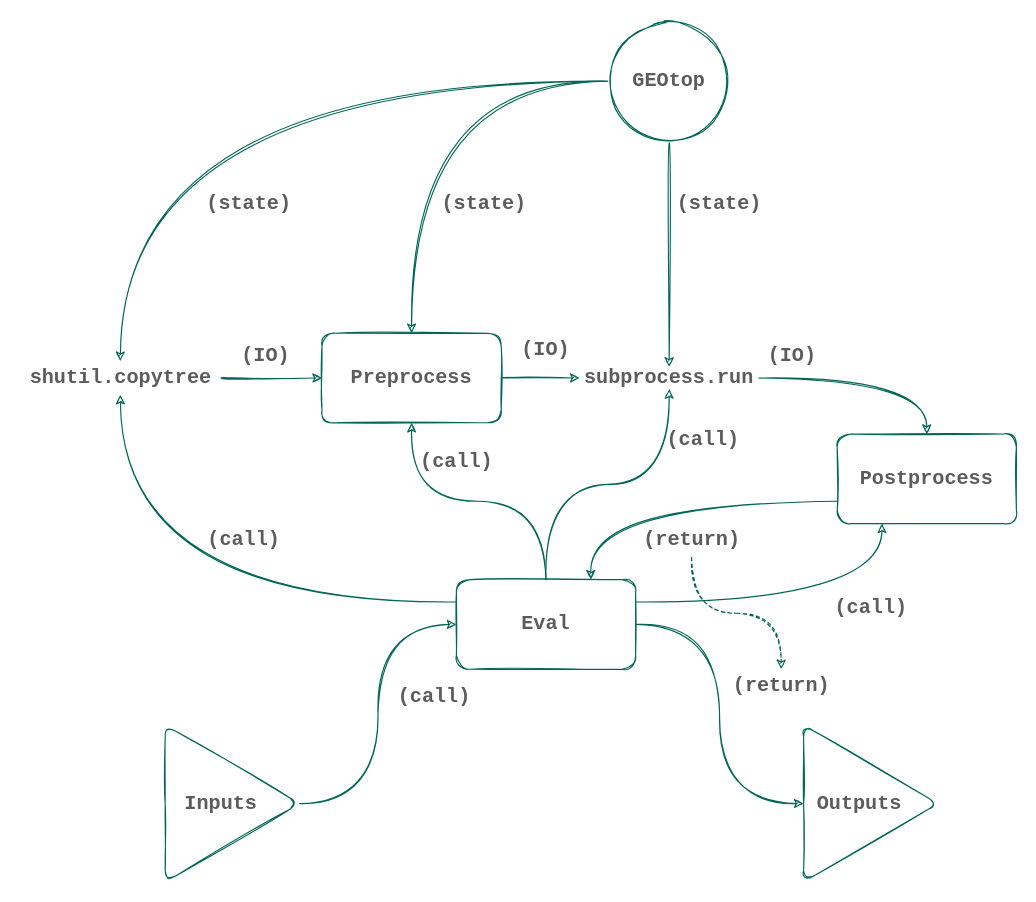
The draw.io diagram notebooks/Progress_meeting_10-09-2020/data/assets/geotopy.drawio in stefanocampanella/MHPC-project, before the edit. Source tidied: cells renumbered, new cells numbered last; positions are measured from the earlier drawing's top-left corner, leaving out a move shared by most shapes. Both pictures are drawn from the tidied source at 112%, with x=0, y=0 at pixel (19, 19).
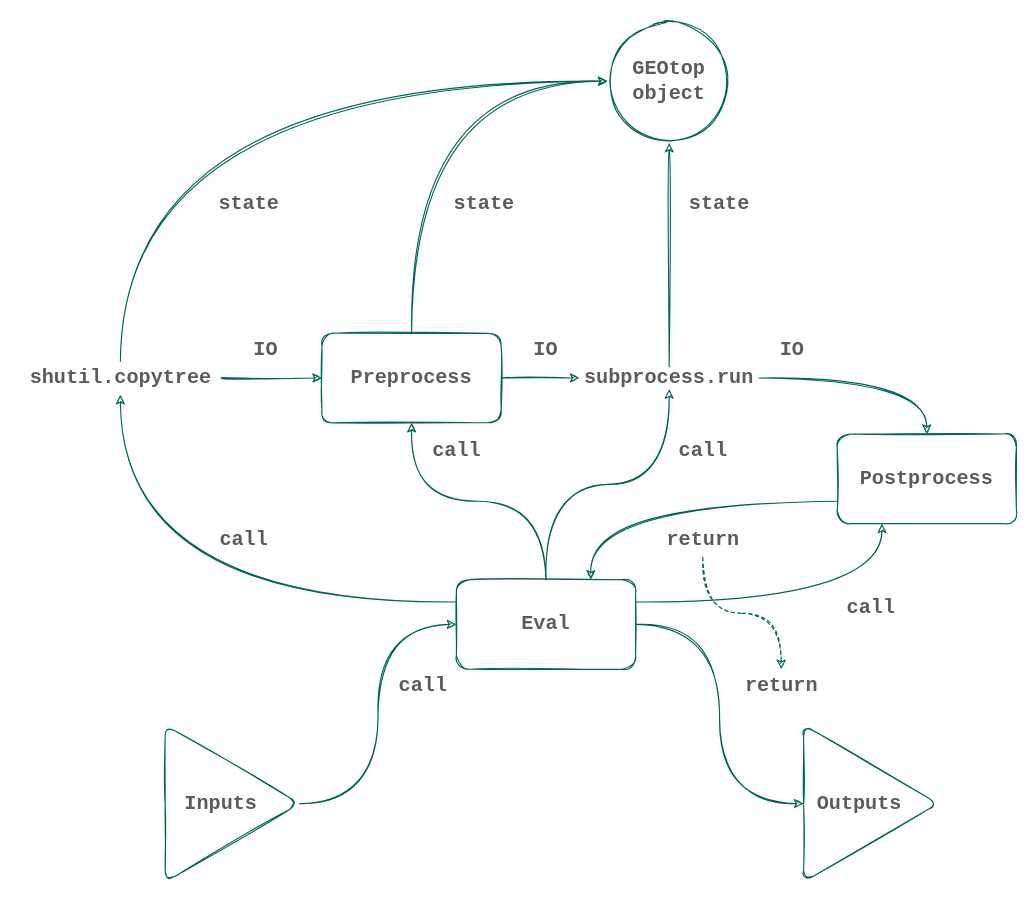
After the change.

Unchanged cells that the change refers to:
```xml
<mxCell id="9" style="whiteSpace=wrap;html=1;strokeColor=#006658;fontColor=#5C5C5C;rounded=1;fontStyle=1;fontFamily=Courier New;fontSize=18;fillColor=none;sketch=1;" parent="1" vertex="1">
  <mxGeometry x="270" y="280" width="160" height="80" as="geometry" />
</mxCell>
<mxCell id="13" value="subprocess.run" style="text;html=1;strokeColor=none;fillColor=none;align=center;verticalAlign=middle;whiteSpace=wrap;fontColor=#5C5C5C;rounded=1;fontFamily=Courier New;fontSize=18;fontStyle=1;sketch=1;" parent="1" vertex="1">
  <mxGeometry x="500" y="310" width="160" height="20" as="geometry" />
</mxCell>
<mxCell id="28" value="&lt;div style=&quot;font-size: 18px;&quot;&gt;shutil.copytree&lt;/div&gt;" style="text;html=1;align=center;verticalAlign=middle;points=[];fontSize=18;fontFamily=Courier New;fontColor=#5C5C5C;fontStyle=1;sketch=1;" parent="1" vertex="1">
  <mxGeometry y="305" width="180" height="30" as="geometry" />
</mxCell>
```

What changed in the source:
```diff
@@
-    <mxCell id="2" style="edgeStyle=orthogonalEdgeStyle;curved=1;rounded=1;jettySize=auto;html=1;entryX=0.5;entryY=0;entryDx=0;entryDy=0;startArrow=none;startFill=0;endArrow=classic;endFill=1;strokeColor=#006658;fillColor=#21C0A5;fontFamily=Courier New;fontSize=18;fontColor=#5C5C5C;fontStyle=1;sketch=1;" parent="1" edge="1" source="5" target="9">
+    <mxCell id="2" style="edgeStyle=orthogonalEdgeStyle;curved=1;rounded=1;jettySize=auto;html=1;entryX=0.5;entryY=0;entryDx=0;entryDy=0;startArrow=classic;startFill=1;endArrow=none;endFill=0;strokeColor=#006658;fillColor=#21C0A5;fontFamily=Courier New;fontSize=18;fontColor=#5C5C5C;fontStyle=1;sketch=1;" parent="1" edge="1" source="5" target="9">
       <mxGeometry relative="1" as="geometry" />
     </mxCell>
-    <mxCell id="3" style="edgeStyle=orthogonalEdgeStyle;curved=1;rounded=1;jettySize=auto;html=1;entryX=0.5;entryY=0;entryDx=0;entryDy=0;startArrow=none;startFill=0;endArrow=classic;endFill=1;strokeColor=#006658;fillColor=#21C0A5;fontFamily=Courier New;fontSize=18;fontColor=#5C5C5C;fontStyle=1;sketch=1;" parent="1" edge="1" source="5" target="13">
+    <mxCell id="3" style="edgeStyle=orthogonalEdgeStyle;curved=1;rounded=1;jettySize=auto;html=1;entryX=0.5;entryY=0;entryDx=0;entryDy=0;startArrow=classic;startFill=1;endArrow=none;endFill=0;strokeColor=#006658;fillColor=#21C0A5;fontFamily=Courier New;fontSize=18;fontColor=#5C5C5C;fontStyle=1;sketch=1;" parent="1" edge="1" source="5" target="13">
       <mxGeometry relative="1" as="geometry" />
     </mxCell>
-    <mxCell id="4" style="edgeStyle=orthogonalEdgeStyle;curved=1;rounded=1;jettySize=auto;html=1;startArrow=none;startFill=0;endArrow=classic;endFill=1;strokeColor=#006658;fillColor=#21C0A5;fontFamily=Courier New;fontSize=18;fontColor=#5C5C5C;fontStyle=1;sketch=1;" parent="1" edge="1" source="5" target="28">
+    <mxCell id="4" style="edgeStyle=orthogonalEdgeStyle;curved=1;rounded=1;jettySize=auto;html=1;startArrow=classic;startFill=1;endArrow=none;endFill=0;strokeColor=#006658;fillColor=#21C0A5;fontFamily=Courier New;fontSize=18;fontColor=#5C5C5C;fontStyle=1;sketch=1;" parent="1" edge="1" source="5" target="28">
       <mxGeometry relative="1" as="geometry" />
     </mxCell>
-    <mxCell id="5" value="GEOtop" style="ellipse;whiteSpace=wrap;html=1;rounded=1;strokeColor=#006658;fontFamily=Courier New;fontSize=18;fontColor=#5C5C5C;fontStyle=1;fillColor=none;sketch=1;" parent="1" vertex="1">
+    <mxCell id="5" value="GEOtop&lt;br&gt;object" style="ellipse;whiteSpace=wrap;html=1;rounded=1;strokeColor=#006658;fontFamily=Courier New;fontSize=18;fontColor=#5C5C5C;fontStyle=1;fillColor=none;sketch=1;" parent="1" vertex="1">
       <mxGeometry x="525" width="110" height="110" as="geometry" />
     </mxCell>
-    <mxCell id="6" value="(state)" style="text;html=1;strokeColor=none;fillColor=none;align=center;verticalAlign=middle;whiteSpace=wrap;rounded=0;fontFamily=Courier New;fontSize=18;fontColor=#5C5C5C;fontStyle=1;sketch=1;" parent="1" vertex="1">
+    <mxCell id="6" value="state" style="text;html=1;strokeColor=none;fillColor=none;align=center;verticalAlign=middle;whiteSpace=wrap;rounded=0;fontFamily=Courier New;fontSize=18;fontColor=#5C5C5C;fontStyle=1;sketch=1;" parent="1" vertex="1">
       <mxGeometry x="380" y="155" width="70" height="20" as="geometry" />
     </mxCell>
-    <mxCell id="7" value="(IO)" style="text;html=1;strokeColor=none;fillColor=none;align=center;verticalAlign=middle;whiteSpace=wrap;fontColor=#5C5C5C;rounded=1;fontFamily=Courier New;fontSize=18;fontStyle=1;sketch=1;" parent="1" vertex="1">
-      <mxGeometry x="200" y="290" width="40" height="20" as="geometry" />
+    <mxCell id="7" value="IO" style="text;html=1;strokeColor=none;fillColor=none;align=center;verticalAlign=middle;whiteSpace=wrap;fontColor=#5C5C5C;rounded=1;fontFamily=Courier New;fontSize=18;fontStyle=1;sketch=1;" parent="1" vertex="1">
+      <mxGeometry x="200" y="285" width="40" height="20" as="geometry" />
     </mxCell>
@@
-    <mxCell id="21" value="(IO)" style="text;html=1;strokeColor=none;fillColor=none;align=center;verticalAlign=middle;whiteSpace=wrap;fontColor=#5C5C5C;rounded=1;fontFamily=Courier New;fontSize=18;fontStyle=1;sketch=1;" parent="1" vertex="1">
+    <mxCell id="21" value="IO" style="text;html=1;strokeColor=none;fillColor=none;align=center;verticalAlign=middle;whiteSpace=wrap;fontColor=#5C5C5C;rounded=1;fontFamily=Courier New;fontSize=18;fontStyle=1;sketch=1;" parent="1" vertex="1">
       <mxGeometry x="450" y="285" width="40" height="20" as="geometry" />
     </mxCell>
-    <mxCell id="22" value="(IO)" style="text;html=1;strokeColor=none;fillColor=none;align=center;verticalAlign=middle;whiteSpace=wrap;fontColor=#5C5C5C;rounded=1;fontFamily=Courier New;fontSize=18;fontStyle=1;sketch=1;" parent="1" vertex="1">
-      <mxGeometry x="670" y="290" width="40" height="20" as="geometry" />
+    <mxCell id="22" value="IO" style="text;html=1;strokeColor=none;fillColor=none;align=center;verticalAlign=middle;whiteSpace=wrap;fontColor=#5C5C5C;rounded=1;fontFamily=Courier New;fontSize=18;fontStyle=1;sketch=1;" parent="1" vertex="1">
+      <mxGeometry x="670" y="285" width="40" height="20" as="geometry" />
     </mxCell>
-    <mxCell id="23" value="(call)" style="text;html=1;align=center;verticalAlign=middle;fontSize=18;fontFamily=Courier New;fontColor=#5C5C5C;fontStyle=1;sketch=1;" parent="1" vertex="1">
-      <mxGeometry x="350" y="380" width="80" height="30" as="geometry" />
+    <mxCell id="23" value="call" style="text;html=1;align=center;verticalAlign=middle;fontSize=18;fontFamily=Courier New;fontColor=#5C5C5C;fontStyle=1;sketch=1;" parent="1" vertex="1">
+      <mxGeometry x="360" y="370" width="60" height="30" as="geometry" />
     </mxCell>
-    <mxCell id="24" value="(call)" style="text;html=1;align=center;verticalAlign=middle;fontSize=18;fontFamily=Courier New;fontColor=#5C5C5C;fontStyle=1;sketch=1;" parent="1" vertex="1">
-      <mxGeometry x="570" y="360" width="80" height="30" as="geometry" />
+    <mxCell id="24" value="call" style="text;html=1;align=center;verticalAlign=middle;fontSize=18;fontFamily=Courier New;fontColor=#5C5C5C;fontStyle=1;sketch=1;" parent="1" vertex="1">
+      <mxGeometry x="580" y="370" width="60" height="30" as="geometry" />
     </mxCell>
-    <mxCell id="25" value="(call)" style="text;html=1;align=center;verticalAlign=middle;fontSize=18;fontFamily=Courier New;fontColor=#5C5C5C;fontStyle=1;sketch=1;" parent="1" vertex="1">
-      <mxGeometry x="720" y="510" width="80" height="30" as="geometry" />
+    <mxCell id="25" value="call" style="text;html=1;align=center;verticalAlign=middle;fontSize=18;fontFamily=Courier New;fontColor=#5C5C5C;fontStyle=1;sketch=1;" parent="1" vertex="1">
+      <mxGeometry x="730" y="510" width="60" height="30" as="geometry" />
     </mxCell>
-    <mxCell id="26" value="(return)" style="text;html=1;align=center;verticalAlign=middle;points=[];fontSize=18;fontFamily=Courier New;fontColor=#5C5C5C;fontStyle=1;sketch=1;" parent="1" vertex="1">
-      <mxGeometry x="550" y="450" width="100" height="30" as="geometry" />
+    <mxCell id="26" value="return" style="text;html=1;align=center;verticalAlign=middle;points=[];fontSize=18;fontFamily=Courier New;fontColor=#5C5C5C;fontStyle=1;sketch=1;" parent="1" vertex="1">
+      <mxGeometry x="570" y="450" width="80" height="30" as="geometry" />
     </mxCell>
@@
-    <mxCell id="29" value="(state)" style="text;html=1;strokeColor=none;fillColor=none;align=center;verticalAlign=middle;whiteSpace=wrap;rounded=0;fontFamily=Courier New;fontSize=18;fontColor=#5C5C5C;fontStyle=1;sketch=1;" parent="1" vertex="1">
+    <mxCell id="29" value="state" style="text;html=1;strokeColor=none;fillColor=none;align=center;verticalAlign=middle;whiteSpace=wrap;rounded=0;fontFamily=Courier New;fontSize=18;fontColor=#5C5C5C;fontStyle=1;sketch=1;" parent="1" vertex="1">
       <mxGeometry x="170" y="155" width="70" height="20" as="geometry" />
     </mxCell>
-    <mxCell id="30" value="(state)" style="text;html=1;strokeColor=none;fillColor=none;align=center;verticalAlign=middle;whiteSpace=wrap;rounded=0;fontFamily=Courier New;fontSize=18;fontColor=#5C5C5C;fontStyle=1;sketch=1;" parent="1" vertex="1">
+    <mxCell id="30" value="state" style="text;html=1;strokeColor=none;fillColor=none;align=center;verticalAlign=middle;whiteSpace=wrap;rounded=0;fontFamily=Courier New;fontSize=18;fontColor=#5C5C5C;fontStyle=1;sketch=1;" parent="1" vertex="1">
       <mxGeometry x="590" y="155" width="70" height="20" as="geometry" />
     </mxCell>
-    <mxCell id="31" value="(call)" style="text;html=1;align=center;verticalAlign=middle;fontSize=18;fontFamily=Courier New;fontColor=#5C5C5C;fontStyle=1;sketch=1;" parent="1" vertex="1">
-      <mxGeometry x="160" y="450" width="80" height="30" as="geometry" />
+    <mxCell id="31" value="call" style="text;html=1;align=center;verticalAlign=middle;fontSize=18;fontFamily=Courier New;fontColor=#5C5C5C;fontStyle=1;sketch=1;" parent="1" vertex="1">
+      <mxGeometry x="170" y="450" width="60" height="30" as="geometry" />
     </mxCell>
@@
-    <mxCell id="36" value="(call)" style="text;html=1;align=center;verticalAlign=middle;fontSize=18;fontFamily=Courier New;fontColor=#5C5C5C;fontStyle=1;sketch=1;" parent="1" vertex="1">
-      <mxGeometry x="330" y="590" width="80" height="30" as="geometry" />
+    <mxCell id="36" value="call" style="text;html=1;align=center;verticalAlign=middle;fontSize=18;fontFamily=Courier New;fontColor=#5C5C5C;fontStyle=1;sketch=1;" parent="1" vertex="1">
+      <mxGeometry x="330" y="580" width="60" height="30" as="geometry" />
     </mxCell>
@@
-    <mxCell id="38" value="&lt;div style=&quot;font-size: 18px;&quot;&gt;(return)&lt;/div&gt;" style="text;html=1;align=center;verticalAlign=middle;points=[];fontSize=18;fontFamily=Courier New;fontColor=#5C5C5C;fontStyle=1;sketch=1;" parent="1" vertex="1">
-      <mxGeometry x="630" y="580" width="100" height="30" as="geometry" />
+    <mxCell id="38" value="&lt;div style=&quot;font-size: 18px&quot;&gt;return&lt;/div&gt;" style="text;html=1;align=center;verticalAlign=middle;points=[];fontSize=18;fontFamily=Courier New;fontColor=#5C5C5C;fontStyle=1;sketch=1;" parent="1" vertex="1">
+      <mxGeometry x="640" y="580" width="80" height="30" as="geometry" />
     </mxCell>
```
